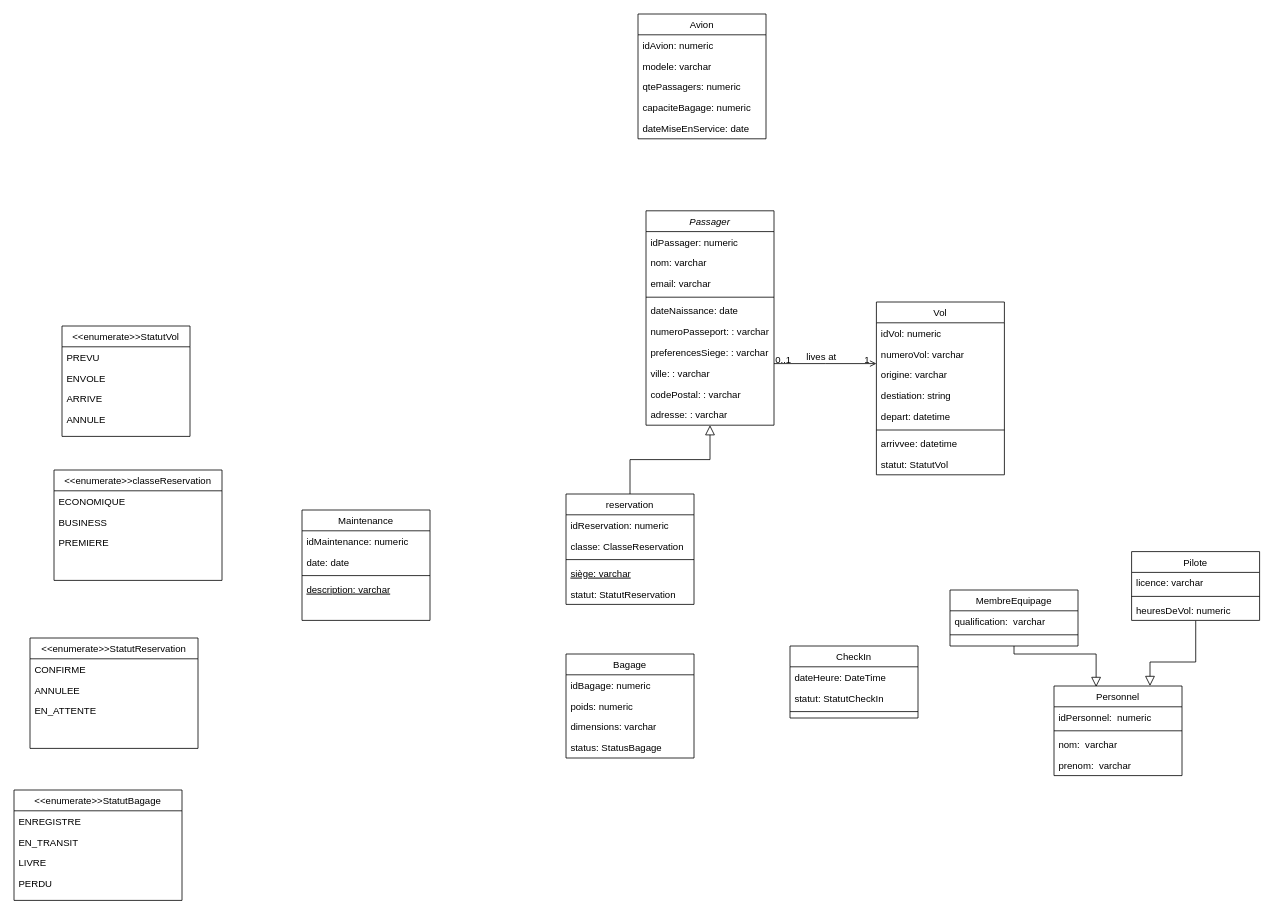
Above: TP3GestionAvion.drawio in T-lamo/DataEngineer (draw.io), before the change. Source tidied: cells renumbered, new cells numbered last; positions are measured from the earlier drawing's top-left corner, leaving out a move shared by most shapes. Both pictures are drawn from the tidied source at 80%, with x=0, y=0 at pixel (14, 14).
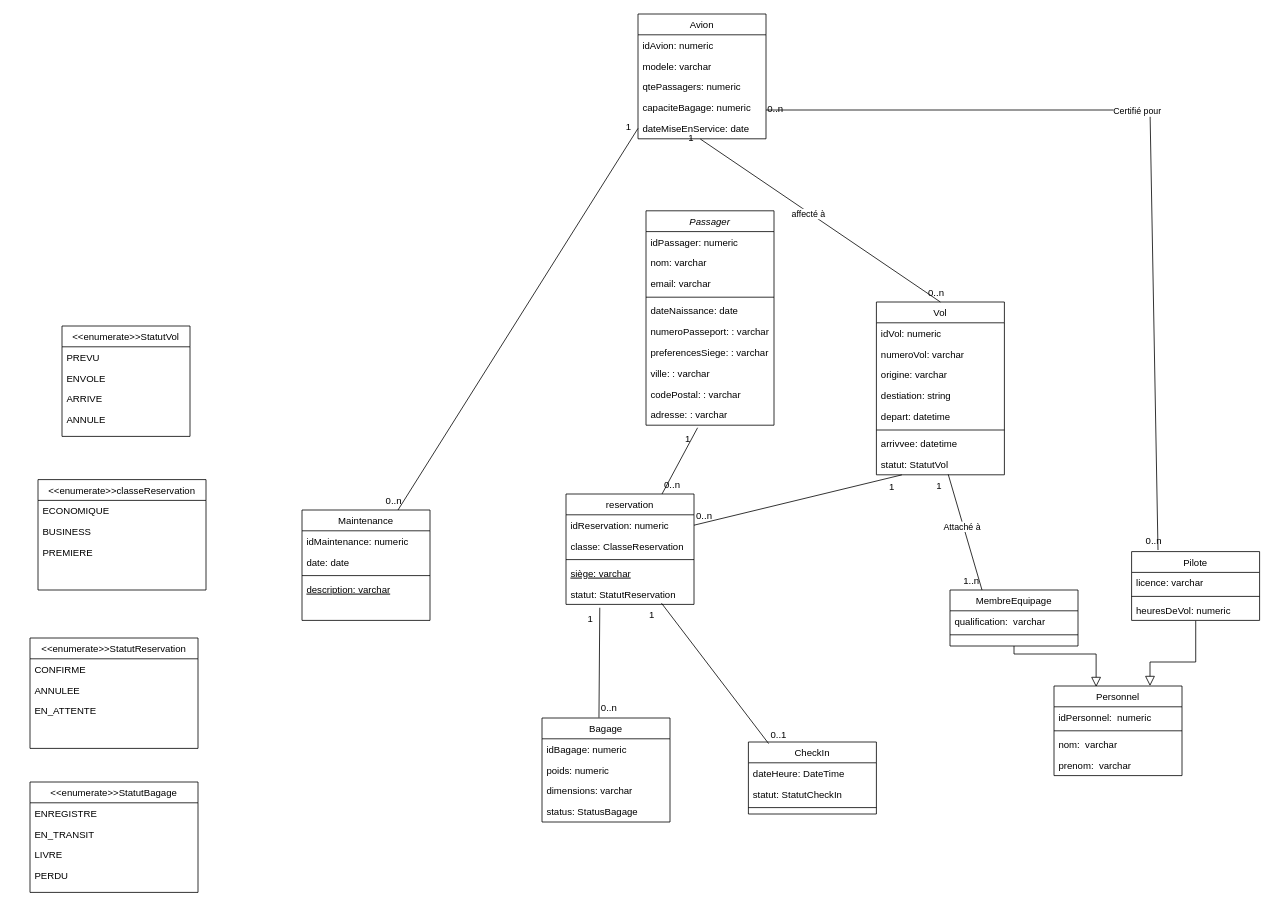
The same page after the edit.

Unchanged cells that the change refers to:
```xml
<mxCell id="2" value="Passager" style="swimlane;fontStyle=2;align=center;verticalAlign=top;horizontal=1;startSize=26;rounded=0;shadow=0;strokeWidth=1;" parent="1" vertex="1">
  <mxGeometry x="790" y="246" width="160" height="268" as="geometry" />
</mxCell>
<mxCell id="12" value="adresse: : varchar" style="text;align=left;verticalAlign=top;spacingLeft=4;spacingRight=4;overflow=hidden;points=[[0,0.5],[1,0.5]];portConstraint=eastwest;" parent="2" vertex="1">
  <mxGeometry y="242" width="160" height="26" as="geometry" />
</mxCell>
<mxCell id="13" value="reservation" style="swimlane;fontStyle=0;align=center;verticalAlign=top;horizontal=1;startSize=26;rounded=0;shadow=0;strokeWidth=1;" parent="1" vertex="1">
  <mxGeometry x="690" y="600" width="160" height="138" as="geometry" />
</mxCell>
<mxCell id="14" value="idReservation: numeric" style="text;align=left;verticalAlign=top;spacingLeft=4;spacingRight=4;overflow=hidden;points=[[0,0.5],[1,0.5]];portConstraint=eastwest;" parent="13" vertex="1">
  <mxGeometry y="26" width="160" height="26" as="geometry" />
</mxCell>
<mxCell id="18" value="statut: StatutReservation" style="text;align=left;verticalAlign=top;spacingLeft=4;spacingRight=4;overflow=hidden;points=[[0,0.5],[1,0.5]];portConstraint=eastwest;" parent="13" vertex="1">
  <mxGeometry y="112" width="160" height="26" as="geometry" />
</mxCell>
<mxCell id="25" value="Vol" style="swimlane;fontStyle=0;align=center;verticalAlign=top;horizontal=1;startSize=26;rounded=0;shadow=0;strokeWidth=1;" parent="1" vertex="1">
  <mxGeometry x="1078" y="360" width="160" height="216" as="geometry" />
</mxCell>
<mxCell id="33" value="statut: StatutVol" style="text;align=left;verticalAlign=top;spacingLeft=4;spacingRight=4;overflow=hidden;points=[[0,0.5],[1,0.5]];portConstraint=eastwest;" parent="25" vertex="1">
  <mxGeometry y="190" width="160" height="26" as="geometry" />
</mxCell>
<mxCell id="47" value="MembreEquipage" style="swimlane;fontStyle=0;align=center;verticalAlign=top;horizontal=1;startSize=26;rounded=0;shadow=0;strokeWidth=1;" parent="1" vertex="1">
  <mxGeometry x="1170" y="720" width="160" height="70" as="geometry" />
</mxCell>
<mxCell id="50" value="Maintenance" style="swimlane;fontStyle=0;align=center;verticalAlign=top;horizontal=1;startSize=26;rounded=0;shadow=0;strokeWidth=1;" parent="1" vertex="1">
  <mxGeometry x="360" y="620" width="160" height="138" as="geometry" />
</mxCell>
<mxCell id="84" value="dateMiseEnService: date" style="text;align=left;verticalAlign=top;spacingLeft=4;spacingRight=4;overflow=hidden;points=[[0,0.5],[1,0.5]];portConstraint=eastwest;rounded=0;shadow=0;html=0;" parent="79" vertex="1">
  <mxGeometry y="130" width="160" height="26" as="geometry" />
</mxCell>
```

Change to the diagram source:
```diff
@@
-    <mxCell id="19" style="endArrow=block;endSize=10;endFill=0;shadow=0;strokeWidth=1;rounded=0;curved=0;edgeStyle=elbowEdgeStyle;elbow=vertical;" parent="1" edge="1" source="13" target="2">
-      <mxGeometry relative="1" as="geometry" />
-    </mxCell>
@@
-    <mxCell id="34" style="endArrow=open;shadow=0;strokeWidth=1;rounded=0;curved=0;endFill=1;edgeStyle=elbowEdgeStyle;elbow=vertical;" parent="1" edge="1" source="2" target="25">
-      <mxGeometry x="0.5" y="41" relative="1" as="geometry">
-        <mxPoint x="-40" y="32" as="offset" />
-      </mxGeometry>
-    </mxCell>
-    <mxCell id="35" value="0..1" style="align=left;verticalAlign=bottom;labelBackgroundColor=none;fontSize=12;" parent="34" vertex="1">
-      <mxGeometry x="-1" relative="1" as="geometry">
-        <mxPoint y="4" as="offset" />
-      </mxGeometry>
-    </mxCell>
-    <mxCell id="36" value="1" style="align=right;verticalAlign=bottom;labelBackgroundColor=none;fontSize=12;" parent="34" vertex="1">
-      <mxGeometry x="1" relative="1" as="geometry">
-        <mxPoint x="-7" y="4" as="offset" />
-      </mxGeometry>
-    </mxCell>
-    <mxCell id="37" value="lives at" style="text;html=1;align=center;verticalAlign=middle;labelBackgroundColor=none;rounded=0;shadow=0;strokeWidth=1;fontSize=12;" parent="34" vertex="1">
-      <mxGeometry x="0.5" y="49" relative="1" as="geometry">
-        <mxPoint x="-38" y="40" as="offset" />
-      </mxGeometry>
-    </mxCell>
     <mxCell id="38" value="Bagage" style="swimlane;fontStyle=0;align=center;verticalAlign=top;horizontal=1;startSize=26;rounded=0;shadow=0;strokeWidth=1;" parent="1" vertex="1">
-      <mxGeometry x="690" y="800" width="160" height="130" as="geometry" />
+      <mxGeometry x="660" y="880" width="160" height="130" as="geometry" />
     </mxCell>
@@
     <mxCell id="43" value="CheckIn" style="swimlane;fontStyle=0;align=center;verticalAlign=top;horizontal=1;startSize=26;rounded=0;shadow=0;strokeWidth=1;" parent="1" vertex="1">
-      <mxGeometry x="970" y="790" width="160" height="90" as="geometry" />
+      <mxGeometry x="918" y="910" width="160" height="90" as="geometry" />
     </mxCell>
@@
     <mxCell id="65" value="&lt;&lt;enumerate&gt;&gt;classeReservation" style="swimlane;fontStyle=0;align=center;verticalAlign=top;horizontal=1;startSize=26;rounded=0;shadow=0;strokeWidth=1;" parent="1" vertex="1">
-      <mxGeometry x="50" y="570" width="210" height="138" as="geometry" />
+      <mxGeometry x="30" y="582" width="210" height="138" as="geometry" />
     </mxCell>
@@
     <mxCell id="73" value="&lt;&lt;enumerate&gt;&gt;StatutBagage" style="swimlane;fontStyle=0;align=center;verticalAlign=top;horizontal=1;startSize=26;rounded=0;shadow=0;strokeWidth=1;" parent="1" vertex="1">
-      <mxGeometry y="970" width="210" height="138" as="geometry" />
+      <mxGeometry x="20" y="960" width="210" height="138" as="geometry" />
     </mxCell>
@@
+    <mxCell id="85" style="endArrow=none;html=1;rounded=0;entryX=0;entryY=0.5;entryDx=0;entryDy=0;exitX=0.75;exitY=0;exitDx=0;exitDy=0;" parent="1" edge="1" source="50" target="84">
+      <mxGeometry relative="1" as="geometry" />
+    </mxCell>
+    <mxCell id="86" value="0..n" style="html=1;whiteSpace=wrap;align=left;verticalAlign=bottom;" parent="85" vertex="1">
+      <mxGeometry x="-1" relative="1" as="geometry">
+        <mxPoint x="-17" y="-3" as="offset" />
+      </mxGeometry>
+    </mxCell>
+    <mxCell id="87" value="1" style="html=1;whiteSpace=wrap;align=right;verticalAlign=bottom;" parent="85" vertex="1">
+      <mxGeometry x="1" relative="1" as="geometry">
+        <mxPoint x="-7" y="7" as="offset" />
+      </mxGeometry>
+    </mxCell>
+    <mxCell id="88" style="endArrow=none;html=1;rounded=0;entryX=0.487;entryY=1.011;entryDx=0;entryDy=0;exitX=0.5;exitY=0;exitDx=0;exitDy=0;entryPerimeter=0;" parent="1" edge="1" source="25" target="84">
+      <mxGeometry relative="1" as="geometry" />
+    </mxCell>
+    <mxCell id="89" value="0..n" style="html=1;whiteSpace=wrap;align=left;verticalAlign=bottom;" parent="88" vertex="1">
+      <mxGeometry x="-1" relative="1" as="geometry">
+        <mxPoint x="-17" y="-3" as="offset" />
+      </mxGeometry>
+    </mxCell>
+    <mxCell id="90" value="1" style="html=1;whiteSpace=wrap;align=right;verticalAlign=bottom;" parent="88" vertex="1">
+      <mxGeometry x="1" relative="1" as="geometry">
+        <mxPoint x="-7" y="7" as="offset" />
+      </mxGeometry>
+    </mxCell>
+    <mxCell id="91" value="affecté à" style="edgeLabel;html=1;align=center;verticalAlign=middle;" parent="88" vertex="1">
+      <mxGeometry x="0.1" y="1" relative="1" as="geometry" />
+    </mxCell>
+    <mxCell id="92" style="endArrow=none;html=1;rounded=0;" parent="1" edge="1">
+      <mxGeometry relative="1" as="geometry">
+        <mxPoint x="1430" y="670" as="sourcePoint" />
+        <mxPoint x="940" y="120" as="targetPoint" />
+        <Array as="points">
+          <mxPoint x="1420" y="120" />
+        </Array>
+      </mxGeometry>
+    </mxCell>
+    <mxCell id="93" value="0..n" style="html=1;whiteSpace=wrap;align=left;verticalAlign=bottom;" parent="92" vertex="1">
+      <mxGeometry x="-1" relative="1" as="geometry">
+        <mxPoint x="-17" y="-3" as="offset" />
+      </mxGeometry>
+    </mxCell>
+    <mxCell id="94" value="0..n" style="html=1;whiteSpace=wrap;align=right;verticalAlign=bottom;" parent="92" vertex="1">
+      <mxGeometry x="1" relative="1" as="geometry">
+        <mxPoint x="23" y="7" as="offset" />
+      </mxGeometry>
+    </mxCell>
+    <mxCell id="95" value="Certifié pour" style="edgeLabel;html=1;align=center;verticalAlign=middle;" parent="92" vertex="1">
+      <mxGeometry x="0.1" y="1" relative="1" as="geometry" />
+    </mxCell>
+    <mxCell id="96" style="endArrow=none;html=1;rounded=0;entryX=0.561;entryY=0.979;entryDx=0;entryDy=0;exitX=0.25;exitY=0;exitDx=0;exitDy=0;entryPerimeter=0;" parent="1" edge="1" source="47" target="33">
+      <mxGeometry relative="1" as="geometry" />
+    </mxCell>
+    <mxCell id="97" value="1..n" style="html=1;whiteSpace=wrap;align=left;verticalAlign=bottom;" parent="96" vertex="1">
+      <mxGeometry x="-1" relative="1" as="geometry">
+        <mxPoint x="-25" y="-3" as="offset" />
+      </mxGeometry>
+    </mxCell>
+    <mxCell id="98" value="1" style="html=1;whiteSpace=wrap;align=right;verticalAlign=bottom;" parent="96" vertex="1">
+      <mxGeometry x="1" relative="1" as="geometry">
+        <mxPoint x="-7" y="23" as="offset" />
+      </mxGeometry>
+    </mxCell>
+    <mxCell id="99" value="Attaché à" style="edgeLabel;html=1;align=center;verticalAlign=middle;" parent="96" vertex="1">
+      <mxGeometry x="0.1" y="2" relative="1" as="geometry" />
+    </mxCell>
+    <mxCell id="100" style="endArrow=none;html=1;rounded=0;entryX=0.199;entryY=1.003;entryDx=0;entryDy=0;exitX=1;exitY=0.5;exitDx=0;exitDy=0;entryPerimeter=0;" parent="1" edge="1" source="14" target="33">
+      <mxGeometry relative="1" as="geometry" />
+    </mxCell>
+    <mxCell id="101" value="0..n" style="html=1;whiteSpace=wrap;align=left;verticalAlign=bottom;" parent="100" vertex="1">
+      <mxGeometry x="-1" relative="1" as="geometry">
+        <mxPoint x="1" y="-3" as="offset" />
+      </mxGeometry>
+    </mxCell>
+    <mxCell id="102" value="1" style="html=1;whiteSpace=wrap;align=right;verticalAlign=bottom;" parent="100" vertex="1">
+      <mxGeometry x="1" relative="1" as="geometry">
+        <mxPoint x="-7" y="23" as="offset" />
+      </mxGeometry>
+    </mxCell>
+    <mxCell id="103" style="endArrow=none;html=1;rounded=0;entryX=0.403;entryY=1.123;entryDx=0;entryDy=0;exitX=0.75;exitY=0;exitDx=0;exitDy=0;entryPerimeter=0;" parent="1" edge="1" source="13" target="12">
+      <mxGeometry relative="1" as="geometry" />
+    </mxCell>
+    <mxCell id="104" value="0..n" style="html=1;whiteSpace=wrap;align=left;verticalAlign=bottom;" parent="103" vertex="1">
+      <mxGeometry x="-1" relative="1" as="geometry">
+        <mxPoint x="1" y="-3" as="offset" />
+      </mxGeometry>
+    </mxCell>
+    <mxCell id="105" value="1" style="html=1;whiteSpace=wrap;align=right;verticalAlign=bottom;" parent="103" vertex="1">
+      <mxGeometry x="1" relative="1" as="geometry">
+        <mxPoint x="-7" y="23" as="offset" />
+      </mxGeometry>
+    </mxCell>
+    <mxCell id="106" style="endArrow=none;html=1;rounded=0;entryX=0.264;entryY=1.161;entryDx=0;entryDy=0;exitX=0.445;exitY=-0.004;exitDx=0;exitDy=0;entryPerimeter=0;exitPerimeter=0;" parent="1" edge="1" source="38" target="18">
+      <mxGeometry relative="1" as="geometry" />
+    </mxCell>
+    <mxCell id="107" value="0..n" style="html=1;whiteSpace=wrap;align=left;verticalAlign=bottom;" parent="106" vertex="1">
+      <mxGeometry x="-1" relative="1" as="geometry">
+        <mxPoint x="1" y="-3" as="offset" />
+      </mxGeometry>
+    </mxCell>
+    <mxCell id="108" value="1" style="html=1;whiteSpace=wrap;align=right;verticalAlign=bottom;" parent="106" vertex="1">
+      <mxGeometry x="1" relative="1" as="geometry">
+        <mxPoint x="-7" y="23" as="offset" />
+      </mxGeometry>
+    </mxCell>
+    <mxCell id="109" style="endArrow=none;html=1;rounded=0;entryX=0.746;entryY=0.941;entryDx=0;entryDy=0;exitX=0.158;exitY=0.022;exitDx=0;exitDy=0;entryPerimeter=0;exitPerimeter=0;" parent="1" edge="1" source="43" target="18">
+      <mxGeometry relative="1" as="geometry" />
+    </mxCell>
+    <mxCell id="35" value="0..1" style="html=1;whiteSpace=wrap;align=left;verticalAlign=bottom;" parent="109" vertex="1">
+      <mxGeometry x="-1" relative="1" as="geometry">
+        <mxPoint x="1" y="-3" as="offset" />
+      </mxGeometry>
+    </mxCell>
+    <mxCell id="110" value="1" style="html=1;whiteSpace=wrap;align=right;verticalAlign=bottom;" parent="109" vertex="1">
+      <mxGeometry x="1" relative="1" as="geometry">
+        <mxPoint x="-7" y="23" as="offset" />
+      </mxGeometry>
+    </mxCell>
```
